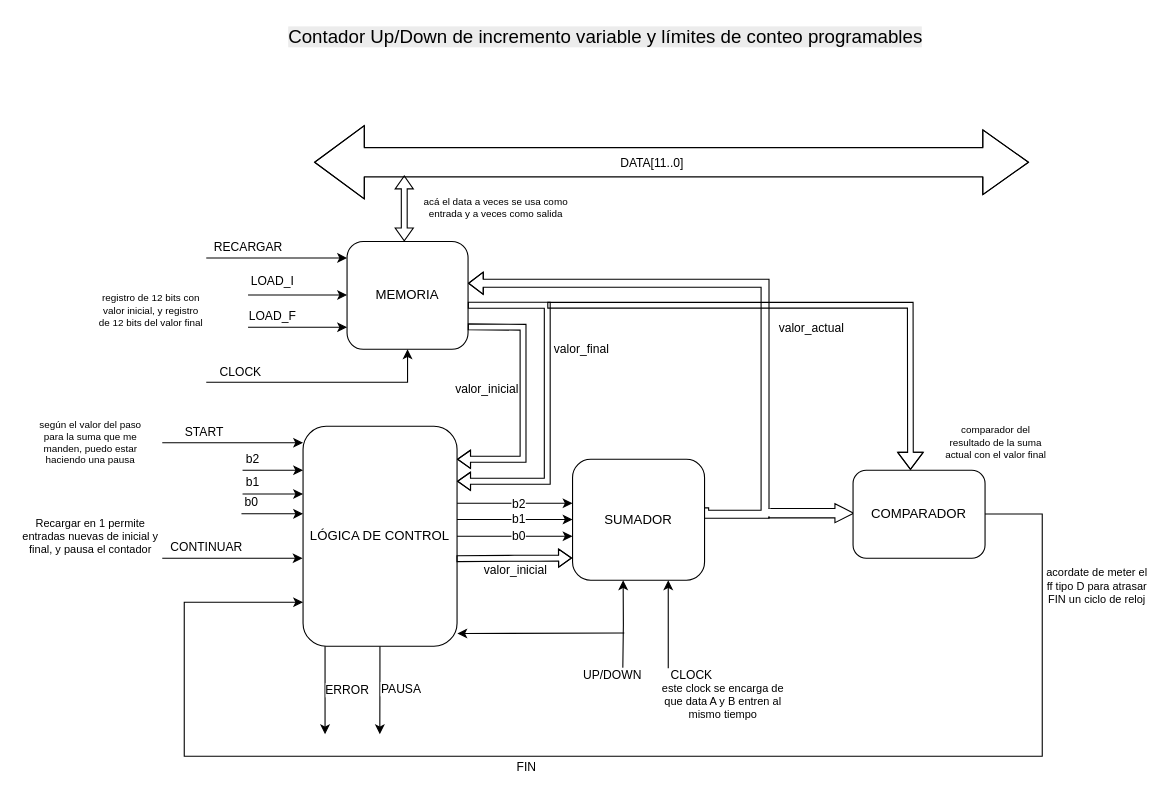
Earlier version of the draw.io diagram page "Contador Up/Down" (2 of 4) of Integrador/Integrador.drawio (albertinap/IDL). Source tidied: cells renumbered, new cells numbered last; positions are measured from the earlier drawing's top-left corner, leaving out a move shared by most shapes. Both pictures are drawn from the tidied source at 110%, with x=0, y=0 at pixel (19, 19).
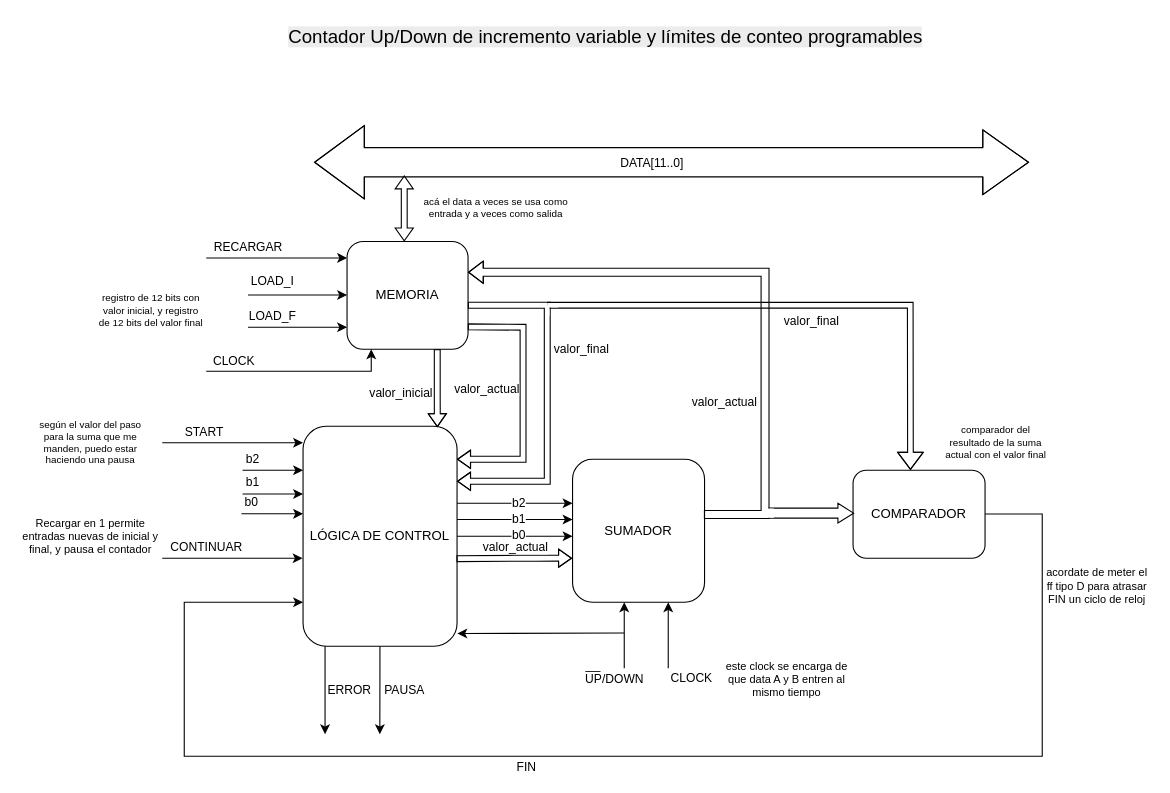
Above is the later version.

The change refers to these unchanged cells:
```xml
<mxCell id="17" style="edgeStyle=orthogonalEdgeStyle;rounded=0;orthogonalLoop=1;jettySize=auto;html=1;exitX=1;exitY=0.5;exitDx=0;exitDy=0;" parent="1" edge="1">
  <mxGeometry relative="1" as="geometry">
    <mxPoint x="398" y="440" as="sourcePoint" />
    <mxPoint x="503" y="440" as="targetPoint" />
    <Array as="points">
      <mxPoint x="480" y="440" />
      <mxPoint x="480" y="440" />
    </Array>
  </mxGeometry>
</mxCell>
<mxCell id="20" value="LÓGICA DE CONTROL" style="rounded=1;whiteSpace=wrap;html=1;" parent="1" vertex="1">
  <mxGeometry x="258" y="370" width="140" height="200" as="geometry" />
</mxCell>
<mxCell id="24" value="COMPARADOR" style="rounded=1;whiteSpace=wrap;html=1;" parent="1" vertex="1">
  <mxGeometry x="758" y="410" width="120" height="80" as="geometry" />
</mxCell>
<mxCell id="33" value="MEMORIA" style="rounded=1;whiteSpace=wrap;html=1;" parent="1" vertex="1">
  <mxGeometry x="298" y="202" width="110" height="98" as="geometry" />
</mxCell>
<mxCell id="44" style="shape=flexArrow;endArrow=none;startArrow=classic;html=1;rounded=0;width=5.348837209302326;endSize=3.5813953488372094;endWidth=10.151433207138995;startWidth=10.151433207138995;startSize=3.5813953488372094;entryX=0.998;entryY=0.792;entryDx=0;entryDy=0;entryPerimeter=0;endFill=0;" parent="1" edge="1" target="33">
  <mxGeometry relative="1" as="geometry">
    <mxPoint x="398" y="400" as="sourcePoint" />
    <Array as="points">
      <mxPoint x="458" y="400" />
      <mxPoint x="458" y="280" />
    </Array>
  </mxGeometry>
</mxCell>
<mxCell id="46" style="edgeStyle=orthogonalEdgeStyle;rounded=0;orthogonalLoop=1;jettySize=auto;html=1;exitX=1;exitY=0.5;exitDx=0;exitDy=0;entryX=0;entryY=0.5;entryDx=0;entryDy=0;" parent="1" edge="1">
  <mxGeometry relative="1" as="geometry">
    <mxPoint x="398" y="470" as="sourcePoint" />
    <mxPoint x="503" y="470" as="targetPoint" />
  </mxGeometry>
</mxCell>
```

Change to the diagram source:
```diff
@@
+    <mxCell id="58" value="__" style="text;html=1;align=center;verticalAlign=middle;whiteSpace=wrap;rounded=0;" parent="1" vertex="1">
+      <mxGeometry x="492" y="572" width="60" height="30" as="geometry" />
+    </mxCell>
@@
-    <mxCell id="3" value="valor_actual" style="edgeStyle=orthogonalEdgeStyle;rounded=0;jettySize=auto;html=1;shape=flexArrow;width=7.2;endSize=4.112;endWidth=11.92;exitX=1.001;exitY=0.397;exitDx=0;exitDy=0;exitPerimeter=0;" parent="1" edge="1" source="4" target="33">
-      <mxGeometry x="-0.15" y="-42" relative="1" as="geometry">
-        <Array as="points">
-          <mxPoint x="678" y="450" />
-          <mxPoint x="678" y="240" />
-        </Array>
-      </mxGeometry>
-    </mxCell>
     <mxCell id="4" value="SUMADOR" style="rounded=1;whiteSpace=wrap;html=1;" parent="1" vertex="1">
-      <mxGeometry x="503" y="400" width="120" height="110" as="geometry" />
+      <mxGeometry x="503" y="400" width="120" height="130" as="geometry" />
     </mxCell>
@@
-    <mxCell id="13" style="edgeStyle=orthogonalEdgeStyle;rounded=0;orthogonalLoop=1;jettySize=auto;html=1;" parent="1" edge="1">
+    <mxCell id="13" style="edgeStyle=orthogonalEdgeStyle;rounded=0;jettySize=auto;html=1;" parent="1" edge="1" target="4">
       <mxGeometry relative="1" as="geometry">
-        <mxPoint x="548.7" y="590" as="sourcePoint" />
-        <mxPoint x="549" y="510" as="targetPoint" />
+        <mxPoint x="550" y="590" as="sourcePoint" />
+        <Array as="points">
+          <mxPoint x="550" y="590" />
+        </Array>
       </mxGeometry>
     </mxCell>
@@
     <mxCell id="18" value="b2" style="edgeLabel;html=1;align=center;verticalAlign=middle;" parent="17" vertex="1">
-      <mxGeometry x="0.04" relative="1" as="geometry" />
+      <mxGeometry x="0.04" relative="1" as="geometry">
+        <mxPoint y="-1" as="offset" />
+      </mxGeometry>
     </mxCell>
     <mxCell id="19" value="PAUSA" style="edgeStyle=orthogonalEdgeStyle;rounded=0;orthogonalLoop=1;jettySize=auto;html=1;exitX=0.5;exitY=1;exitDx=0;exitDy=0;" parent="1" edge="1">
-      <mxGeometry x="0.01" y="19" relative="1" as="geometry">
+      <mxGeometry y="22" relative="1" as="geometry">
         <mxPoint x="327.9" y="570" as="sourcePoint" />
         <mxPoint x="327.8" y="650" as="targetPoint" />
         <Array as="points">
           <mxPoint x="327.9" y="590" />
           <mxPoint x="327.9" y="590" />
         </Array>
-        <mxPoint y="-1" as="offset" />
       </mxGeometry>
     </mxCell>
@@
-    <mxCell id="21" style="endArrow=classic;html=1;rounded=0;entryX=0;entryY=0.5;entryDx=0;entryDy=0;shape=flexArrow;width=8.539325842696629;endSize=5.324719101123596;endWidth=7.75013520822066;" parent="1" edge="1">
-      <mxGeometry relative="1" as="geometry">
-        <mxPoint x="681" y="449" as="sourcePoint" />
-        <mxPoint x="759" y="449" as="targetPoint" />
-      </mxGeometry>
-    </mxCell>
@@
     <mxCell id="23" value="ERROR" style="edgeStyle=orthogonalEdgeStyle;rounded=0;orthogonalLoop=1;jettySize=auto;html=1;exitX=0;exitY=1;exitDx=0;exitDy=0;" parent="1" edge="1">
-      <mxGeometry y="20" relative="1" as="geometry">
+      <mxGeometry y="22" relative="1" as="geometry">
         <mxPoint x="278" y="570" as="sourcePoint" />
         <mxPoint x="278" y="650" as="targetPoint" />
         <Array as="points">
           <mxPoint x="278" y="650" />
           <mxPoint x="278" y="650" />
         </Array>
       </mxGeometry>
     </mxCell>
@@
     <mxCell id="39" style="edgeStyle=orthogonalEdgeStyle;rounded=0;jettySize=auto;html=1;" parent="1" edge="1" target="33">
       <mxGeometry relative="1" as="geometry">
-        <mxPoint x="170" y="330" as="sourcePoint" />
+        <mxPoint x="170" y="320" as="sourcePoint" />
         <Array as="points">
-          <mxPoint x="353" y="330" />
+          <mxPoint x="170" y="320" />
+          <mxPoint x="320" y="320" />
         </Array>
       </mxGeometry>
     </mxCell>
@@
-    <mxCell id="42" style="shape=flexArrow;endArrow=none;startArrow=classic;html=1;rounded=0;width=5.348837209302326;endSize=3.5813953488372094;endWidth=10.151433207138995;startWidth=10.151433207138995;startSize=3.5813953488372094;entryX=0.998;entryY=0.592;entryDx=0;entryDy=0;entryPerimeter=0;endFill=0;" parent="1" edge="1" target="33">
-      <mxGeometry relative="1" as="geometry">
-        <mxPoint x="398" y="420" as="sourcePoint" />
-        <Array as="points">
-          <mxPoint x="480" y="420" />
-          <mxPoint x="480" y="260" />
-        </Array>
-      </mxGeometry>
-    </mxCell>
-    <mxCell id="43" value="valor_final" style="edgeLabel;html=1;align=center;verticalAlign=middle;" parent="42" vertex="1">
-      <mxGeometry x="0.29" relative="1" as="geometry">
-        <mxPoint x="30" as="offset" />
-      </mxGeometry>
-    </mxCell>
@@
-    <mxCell id="45" value="valor_inicial" style="edgeLabel;html=1;align=center;verticalAlign=middle;" parent="44" vertex="1">
+    <mxCell id="45" value="valor_actual" style="edgeLabel;html=1;align=center;verticalAlign=middle;" parent="44" vertex="1">
       <mxGeometry x="0.17" y="1" relative="1" as="geometry">
         <mxPoint x="-33" y="10" as="offset" />
       </mxGeometry>
     </mxCell>
@@
     <mxCell id="47" value="b0" style="edgeLabel;html=1;align=center;verticalAlign=middle;" parent="46" vertex="1">
       <mxGeometry x="0.01" y="1" relative="1" as="geometry">
-        <mxPoint x="2" as="offset" />
+        <mxPoint x="2" y="-1" as="offset" />
       </mxGeometry>
     </mxCell>
@@
-    <mxCell id="50" style="shape=flexArrow;endArrow=none;startArrow=classic;html=1;rounded=0;width=5.348837209302326;endSize=3.5813953488372094;endWidth=10.151433207138995;startWidth=10.151433207138995;startSize=3.5813953488372094;endFill=0;exitX=-0.004;exitY=0.816;exitDx=0;exitDy=0;exitPerimeter=0;entryX=0.996;entryY=0.602;entryDx=0;entryDy=0;entryPerimeter=0;" parent="1" edge="1" source="4" target="20">
+    <mxCell id="50" style="shape=flexArrow;endArrow=none;startArrow=classic;html=1;rounded=0;width=5.348837209302326;endSize=3.5813953488372094;endWidth=10.151433207138995;startWidth=10.151433207138995;startSize=3.5813953488372094;endFill=0;exitX=-0.004;exitY=0.692;exitDx=0;exitDy=0;exitPerimeter=0;entryX=0.996;entryY=0.602;entryDx=0;entryDy=0;entryPerimeter=0;" parent="1" edge="1" source="4" target="20">
       <mxGeometry relative="1" as="geometry">
         <Array as="points">
           <mxPoint x="470" y="490" />
           <mxPoint x="450" y="490" />
         </Array>
       </mxGeometry>
     </mxCell>
-    <mxCell id="51" value="valor_inicial" style="edgeLabel;html=1;align=center;verticalAlign=middle;" parent="50" vertex="1">
+    <mxCell id="51" value="valor_actual" style="edgeLabel;html=1;align=center;verticalAlign=middle;" parent="50" vertex="1">
       <mxGeometry x="0.22" y="2" relative="1" as="geometry">
-        <mxPoint x="12" y="8" as="offset" />
+        <mxPoint x="12" y="-13" as="offset" />
       </mxGeometry>
     </mxCell>
-    <mxCell id="52" style="endArrow=none;html=1;rounded=0;strokeColor=#FFFFFF;strokeWidth=5;" parent="1" edge="1">
-      <mxGeometry relative="1" as="geometry">
-        <mxPoint x="681" y="452" as="sourcePoint" />
-        <mxPoint x="681" y="445" as="targetPoint" />
-      </mxGeometry>
-    </mxCell>
@@
     <mxCell id="55" value="este clock se encarga de que data A y B entren al mismo tiempo" style="text;html=1;align=center;verticalAlign=middle;whiteSpace=wrap;rounded=0;fontSize=10;" parent="1" vertex="1">
-      <mxGeometry x="580" y="600" width="120" height="40" as="geometry" />
+      <mxGeometry x="638" y="580" width="120" height="40" as="geometry" />
     </mxCell>
+    <mxCell id="57" value="acordate de meter el ff tipo D para atrasar FIN un ciclo de reloj" style="text;html=1;align=center;verticalAlign=middle;whiteSpace=wrap;rounded=0;fontSize=10;" parent="1" vertex="1">
+      <mxGeometry x="930" y="490" width="100" height="50" as="geometry" />
+    </mxCell>
+    <mxCell id="59" style="group;" parent="1" vertex="1">
+      <mxGeometry x="676" y="230" width="83" height="220" as="geometry" />
+    </mxCell>
+    <mxCell id="3" value="valor_final" style="edgeStyle=orthogonalEdgeStyle;rounded=0;jettySize=auto;html=1;shape=flexArrow;width=7.2;endSize=4.112;endWidth=11.92;exitX=0.995;exitY=0.386;exitDx=0;exitDy=0;exitPerimeter=0;" parent="59" edge="1" source="4" target="33">
+      <mxGeometry x="-0.15" y="-42" relative="1" as="geometry">
+        <Array as="points">
+          <mxPoint x="2" y="220" />
+          <mxPoint x="2" />
+        </Array>
+      </mxGeometry>
+    </mxCell>
+    <mxCell id="60" value="valor_actual" style="edgeLabel;html=1;align=center;verticalAlign=middle;" parent="3" vertex="1">
+      <mxGeometry x="-0.64" y="-2" relative="1" as="geometry">
+        <mxPoint x="-40" y="-60" as="offset" />
+      </mxGeometry>
+    </mxCell>
+    <mxCell id="21" style="endArrow=classic;html=1;rounded=0;entryX=0;entryY=0.5;entryDx=0;entryDy=0;shape=flexArrow;width=9.069767441860465;endSize=4.416279069767442;endWidth=7.75013520822066;" parent="59" edge="1">
+      <mxGeometry relative="1" as="geometry">
+        <mxPoint x="5" y="219" as="sourcePoint" />
+        <mxPoint x="83" y="219" as="targetPoint" />
+      </mxGeometry>
+    </mxCell>
+    <mxCell id="52" style="endArrow=none;html=1;rounded=0;strokeColor=#FFFFFF;strokeWidth=8.5;" parent="59" edge="1">
+      <mxGeometry relative="1" as="geometry">
+        <mxPoint y="219" as="sourcePoint" />
+        <mxPoint x="10" y="219" as="targetPoint" />
+      </mxGeometry>
+    </mxCell>
+    <mxCell id="61" style="group;" parent="1" vertex="1">
+      <mxGeometry x="398" y="260" width="412" height="160" as="geometry" />
+    </mxCell>
+    <mxCell id="42" style="shape=flexArrow;endArrow=none;startArrow=classic;html=1;rounded=0;width=5.348837209302326;endSize=3.5813953488372094;endWidth=10.151433207138995;startWidth=10.151433207138995;startSize=3.5813953488372094;entryX=0.998;entryY=0.592;entryDx=0;entryDy=0;entryPerimeter=0;endFill=0;" parent="61" edge="1" target="33">
+      <mxGeometry relative="1" as="geometry">
+        <mxPoint y="160" as="sourcePoint" />
+        <Array as="points">
+          <mxPoint x="82" y="160" />
+          <mxPoint x="82" />
+        </Array>
+      </mxGeometry>
+    </mxCell>
+    <mxCell id="43" value="valor_final" style="edgeLabel;html=1;align=center;verticalAlign=middle;" parent="42" vertex="1">
+      <mxGeometry x="0.29" relative="1" as="geometry">
+        <mxPoint x="30" as="offset" />
+      </mxGeometry>
+    </mxCell>
-    <mxCell id="56" style="endArrow=classic;html=1;rounded=0;shape=flexArrow;entryX=0.435;entryY=-0.003;entryDx=0;entryDy=0;entryPerimeter=0;width=5.142857142857143;endSize=4.851428571428571;endWidth=17.06122448979592;" parent="1" edge="1" target="24">
+    <mxCell id="56" style="endArrow=classic;html=1;rounded=0;shape=flexArrow;entryX=0.435;entryY=-0.003;entryDx=0;entryDy=0;entryPerimeter=0;width=5.142857142857143;endSize=4.851428571428571;endWidth=17.06122448979592;" parent="61" edge="1" target="24">
       <mxGeometry relative="1" as="geometry">
-        <mxPoint x="480" y="260" as="sourcePoint" />
+        <mxPoint x="82" as="sourcePoint" />
         <Array as="points">
-          <mxPoint x="810" y="260" />
+          <mxPoint x="412" />
         </Array>
       </mxGeometry>
     </mxCell>
-    <mxCell id="57" value="acordate de meter el ff tipo D para atrasar FIN un ciclo de reloj" style="text;html=1;align=center;verticalAlign=middle;whiteSpace=wrap;rounded=0;fontSize=10;" parent="1" vertex="1">
-      <mxGeometry x="930" y="490" width="100" height="50" as="geometry" />
-    </mxCell>
+    <mxCell id="62" style="endArrow=none;html=1;rounded=0;strokeColor=#FFFFFF;strokeWidth=4;" parent="61" edge="1">
+      <mxGeometry relative="1" as="geometry">
+        <mxPoint x="82" as="sourcePoint" />
+        <mxPoint x="92" as="targetPoint" />
+      </mxGeometry>
+    </mxCell>
+    <mxCell id="63" style="endArrow=none;html=1;rounded=0;strokeColor=#FFFFFF;strokeWidth=4;" parent="61" edge="1">
+      <mxGeometry relative="1" as="geometry">
+        <mxPoint x="82" y="10" as="sourcePoint" />
+        <mxPoint x="82" as="targetPoint" />
+      </mxGeometry>
+    </mxCell>
+    <mxCell id="64" style="shape=flexArrow;endArrow=none;startArrow=classic;html=1;rounded=0;width=5.348837209302326;endSize=3.5813953488372094;endWidth=10.151433207138995;startWidth=10.151433207138995;startSize=3.5813953488372094;endFill=0;exitX=0.829;exitY=0.004;exitDx=0;exitDy=0;exitPerimeter=0;" parent="1" edge="1">
+      <mxGeometry relative="1" as="geometry">
+        <mxPoint x="380.1" y="370.8" as="sourcePoint" />
+        <mxPoint x="380" y="300" as="targetPoint" />
+        <Array as="points">
+          <mxPoint x="380" y="345" />
+          <mxPoint x="380" y="320" />
+          <mxPoint x="380" y="315" />
+        </Array>
+      </mxGeometry>
+    </mxCell>
+    <mxCell id="65" value="valor_inicial" style="edgeLabel;html=1;align=center;verticalAlign=middle;" parent="64" vertex="1">
+      <mxGeometry x="0.17" y="1" relative="1" as="geometry">
+        <mxPoint x="-33" y="10" as="offset" />
+      </mxGeometry>
+    </mxCell>
```
